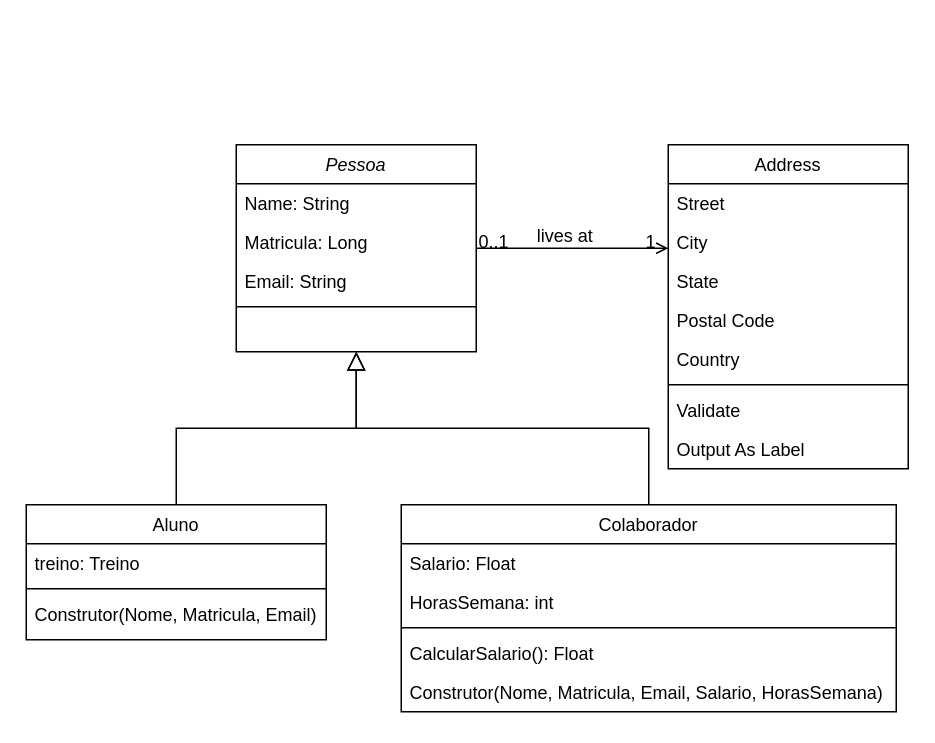
Above: POOGIM/Draw_io/Untitled Diagram.drawio in chanbito/POO2021-2 (draw.io), before the change. Source tidied: cells renumbered, new cells numbered last; positions are measured from the earlier drawing's top-left corner, leaving out a move shared by most shapes. Both pictures are drawn from the tidied source at 150%, with x=0, y=0 at pixel (26, 144).
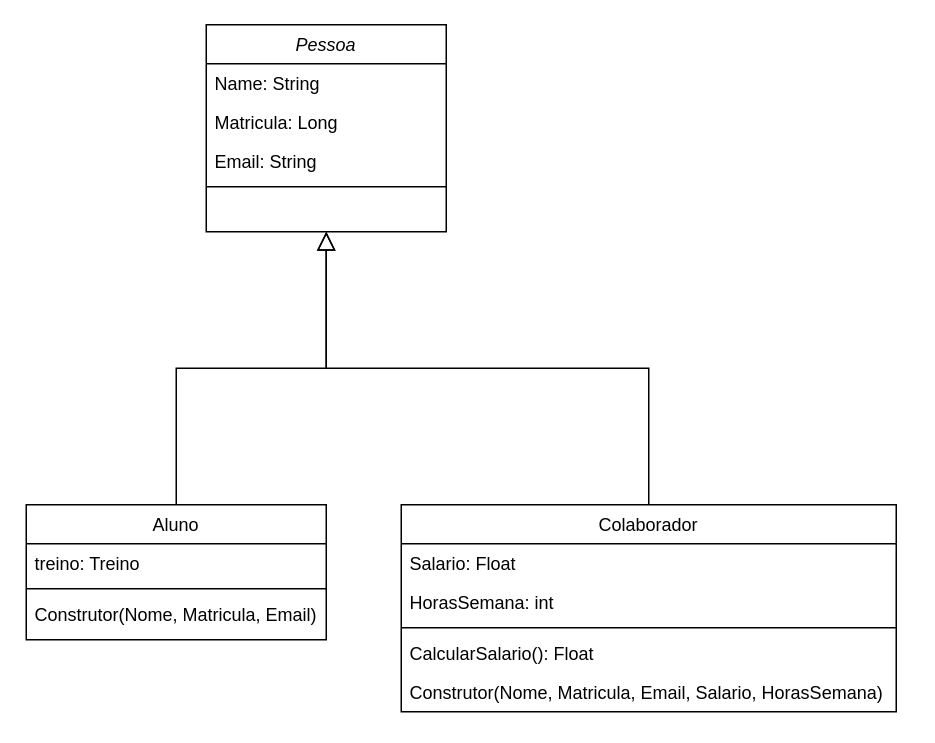
The same page after the edit.

Diff of the diagram source:
```diff
@@
     <mxCell id="2" value="Pessoa" style="swimlane;fontStyle=2;align=center;verticalAlign=top;horizontal=1;startSize=26;rounded=0;shadow=0;strokeWidth=1;" parent="1" vertex="1">
-      <mxGeometry x="140" width="160" height="138" as="geometry" />
+      <mxGeometry x="120" y="-80" width="160" height="138" as="geometry" />
     </mxCell>
@@
-    <mxCell id="19" value="Address" style="swimlane;fontStyle=0;align=center;verticalAlign=top;horizontal=1;startSize=26;rounded=0;shadow=0;strokeWidth=1;" parent="1" vertex="1">
-      <mxGeometry x="428" width="160" height="216" as="geometry" />
-    </mxCell>
-    <mxCell id="20" value="Street" style="text;align=left;verticalAlign=top;spacingLeft=4;spacingRight=4;overflow=hidden;" parent="19" vertex="1">
-      <mxGeometry y="26" width="160" height="26" as="geometry" />
-    </mxCell>
-    <mxCell id="21" value="City" style="text;align=left;verticalAlign=top;spacingLeft=4;spacingRight=4;overflow=hidden;rounded=0;shadow=0;html=0;" parent="19" vertex="1">
-      <mxGeometry y="52" width="160" height="26" as="geometry" />
-    </mxCell>
-    <mxCell id="22" value="State" style="text;align=left;verticalAlign=top;spacingLeft=4;spacingRight=4;overflow=hidden;rounded=0;shadow=0;html=0;" parent="19" vertex="1">
-      <mxGeometry y="78" width="160" height="26" as="geometry" />
-    </mxCell>
-    <mxCell id="23" value="Postal Code" style="text;align=left;verticalAlign=top;spacingLeft=4;spacingRight=4;overflow=hidden;rounded=0;shadow=0;html=0;" parent="19" vertex="1">
-      <mxGeometry y="104" width="160" height="26" as="geometry" />
-    </mxCell>
-    <mxCell id="24" value="Country" style="text;align=left;verticalAlign=top;spacingLeft=4;spacingRight=4;overflow=hidden;rounded=0;shadow=0;html=0;" parent="19" vertex="1">
-      <mxGeometry y="130" width="160" height="26" as="geometry" />
-    </mxCell>
-    <mxCell id="25" style="line;html=1;strokeWidth=1;align=left;verticalAlign=middle;spacingTop=-1;spacingLeft=3;spacingRight=3;labelPosition=right;" parent="19" vertex="1">
-      <mxGeometry y="156" width="160" height="8" as="geometry" />
-    </mxCell>
-    <mxCell id="26" value="Validate" style="text;align=left;verticalAlign=top;spacingLeft=4;spacingRight=4;overflow=hidden;" parent="19" vertex="1">
-      <mxGeometry y="164" width="160" height="26" as="geometry" />
-    </mxCell>
-    <mxCell id="27" value="Output As Label" style="text;align=left;verticalAlign=top;spacingLeft=4;spacingRight=4;overflow=hidden;" parent="19" vertex="1">
-      <mxGeometry y="190" width="160" height="26" as="geometry" />
-    </mxCell>
-    <mxCell id="28" style="endArrow=open;shadow=0;strokeWidth=1;rounded=0;endFill=1;edgeStyle=elbowEdgeStyle;elbow=vertical;" parent="1" edge="1" source="2" target="19">
-      <mxGeometry x="0.5" y="41" relative="1" as="geometry">
-        <mxPoint x="-40" y="32" as="offset" />
-      </mxGeometry>
-    </mxCell>
-    <mxCell id="29" value="0..1" style="align=left;verticalAlign=bottom;labelBackgroundColor=none;fontSize=12;" parent="28" vertex="1">
-      <mxGeometry x="-1" relative="1" as="geometry">
-        <mxPoint y="4" as="offset" />
-      </mxGeometry>
-    </mxCell>
-    <mxCell id="30" value="1" style="align=right;verticalAlign=bottom;labelBackgroundColor=none;fontSize=12;" parent="28" vertex="1">
-      <mxGeometry x="1" relative="1" as="geometry">
-        <mxPoint x="-7" y="4" as="offset" />
-      </mxGeometry>
-    </mxCell>
-    <mxCell id="31" value="lives at" style="text;html=1;align=center;verticalAlign=middle;labelBackgroundColor=none;rounded=0;shadow=0;strokeWidth=1;fontSize=12;" parent="28" vertex="1">
-      <mxGeometry x="0.5" y="49" relative="1" as="geometry">
-        <mxPoint x="-38" y="40" as="offset" />
-      </mxGeometry>
-    </mxCell>
```
